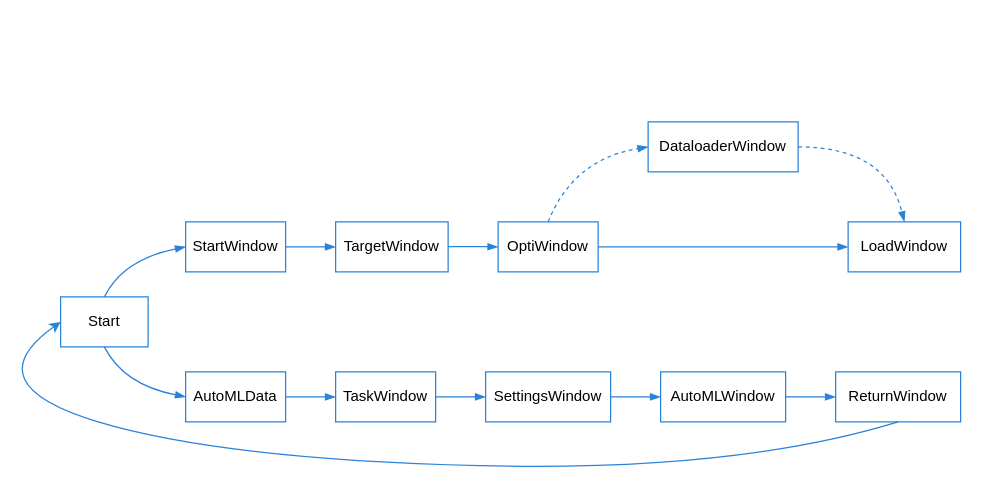
Before: src/GUILayout/Images/Flowchart.drawio in Hahn-Schickard/AutoFlow, a draw.io diagram. Source tidied: cells renumbered, new cells numbered last; positions are measured from the earlier drawing's top-left corner, leaving out a move shared by most shapes. Both pictures are drawn from the tidied source at 125%, with x=0, y=0 at pixel (-28, 121).
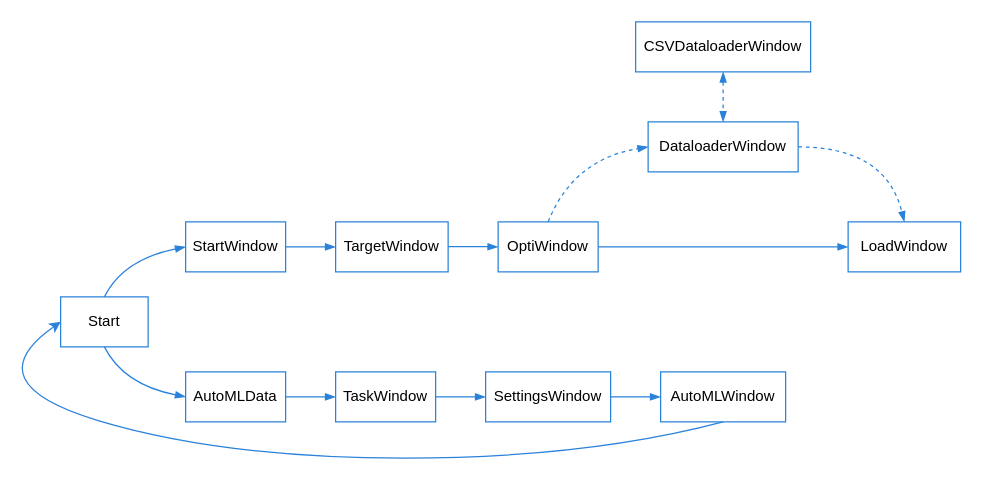
The same page after the edit.

Unchanged cells that the change refers to:
```xml
<mxCell id="2" value="Start" style="rounded=0;whiteSpace=wrap;html=1;strokeColor=#2A82DA;" parent="1" vertex="1">
  <mxGeometry x="70" y="140" width="70" height="40" as="geometry" />
</mxCell>
<mxCell id="9" value="DataloaderWindow" style="rounded=0;whiteSpace=wrap;html=1;strokeColor=#2A82DA;" parent="1" vertex="1">
  <mxGeometry x="540" width="120" height="40" as="geometry" />
</mxCell>
<mxCell id="20" value="AutoMLWindow" style="rounded=0;whiteSpace=wrap;html=1;strokeColor=#2A82DA;" parent="1" vertex="1">
  <mxGeometry x="550" y="200" width="100" height="40" as="geometry" />
</mxCell>
```

What changed in the source:
```diff
@@
-    <mxCell id="22" value="ReturnWindow" style="rounded=0;whiteSpace=wrap;html=1;strokeColor=#2A82DA;" parent="1" vertex="1">
-      <mxGeometry x="690" y="200" width="100" height="40" as="geometry" />
-    </mxCell>
-    <mxCell id="23" style="edgeStyle=orthogonalEdgeStyle;rounded=0;jettySize=auto;html=1;exitX=1;exitY=0.5;exitDx=0;exitDy=0;entryX=0;entryY=0.5;entryDx=0;entryDy=0;endArrow=blockThin;endFill=1;strokeColor=#2A82DA;" parent="1" edge="1" source="20" target="22">
-      <mxGeometry relative="1" as="geometry" />
-    </mxCell>
-    <mxCell id="24" style="curved=1;endArrow=classic;html=1;rounded=0;exitX=0.5;exitY=1;exitDx=0;exitDy=0;entryX=0;entryY=0.5;entryDx=0;entryDy=0;strokeColor=#2A82DA;" parent="1" edge="1" source="22" target="2">
+    <mxCell id="24" style="curved=1;endArrow=classic;html=1;rounded=0;exitX=0.5;exitY=1;exitDx=0;exitDy=0;entryX=0;entryY=0.5;entryDx=0;entryDy=0;strokeColor=#2A82DA;" parent="1" edge="1" source="20" target="2">
       <mxGeometry relative="1" as="geometry">
         <Array as="points">
-          <mxPoint x="610" y="280" />
-          <mxPoint x="200" y="270" />
-          <mxPoint y="210" />
+          <mxPoint x="490" y="269" />
+          <mxPoint x="200" y="269" />
+          <mxPoint y="209" />
         </Array>
       </mxGeometry>
     </mxCell>
+    <mxCell id="25" value="CSVDataloaderWindow" style="rounded=0;whiteSpace=wrap;html=1;strokeColor=#2A82DA;" parent="1" vertex="1">
+      <mxGeometry x="530" y="-80" width="140" height="40" as="geometry" />
+    </mxCell>
+    <mxCell id="26" style="rounded=0;jettySize=auto;html=1;exitX=0.5;exitY=1;exitDx=0;exitDy=0;endArrow=blockThin;endFill=1;strokeColor=#2A82DA;entryX=0.5;entryY=0;entryDx=0;entryDy=0;dashed=1;startArrow=blockThin;startFill=1;" parent="1" edge="1" source="25" target="9">
+      <mxGeometry relative="1" as="geometry" />
+    </mxCell>
```
